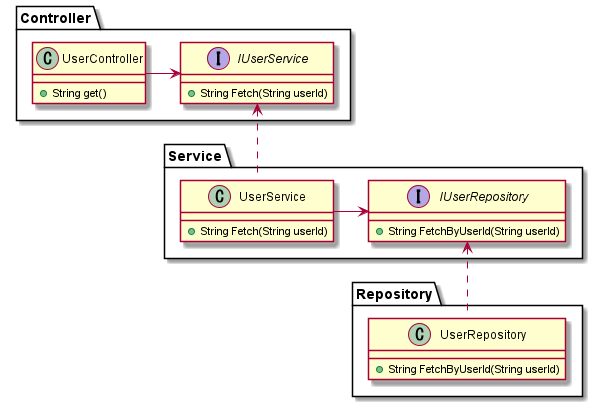
This is out/DIP/DIP/DIP.png from RyoMa99/SOLID, a PlantUML export, as it was before one commit. Its diagram source:
```plantuml
@startuml DIP
package Controller {
  class UserController {
    + String get()
  }

  interface IUserService {
    + String Fetch(String userId)
  }
}

package Repository {
  class UserRepository {
    + String FetchByUserId(String userId)
  }
}

package Service {
  class UserService {
    + String Fetch(String userId)
  }

  interface IUserRepository {
    + String FetchByUserId(String userId)
  }
}

UserController -right-> IUserService
IUserService <.. UserService
UserService -right-> IUserRepository
IUserRepository <.. UserRepository

@enduml
```
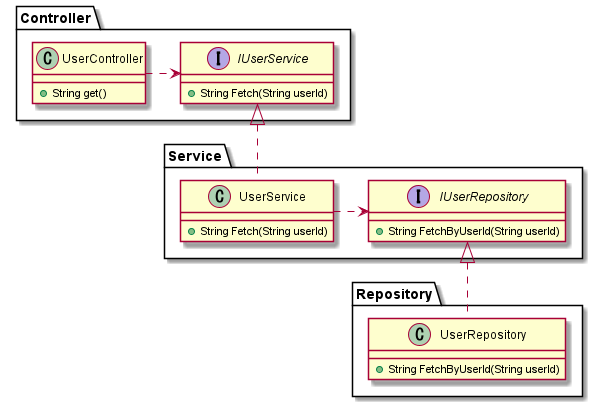
After the change.

The edit, as a diff of the source:
```diff
@@ -25,9 +25,9 @@
   }
 }
 
-UserController -right-> IUserService
-IUserService <.. UserService
-UserService -right-> IUserRepository
-IUserRepository <.. UserRepository
+UserController .right.> IUserService
+IUserService <|.. UserService
+UserService .right.> IUserRepository
+IUserRepository <|.. UserRepository
 
 @enduml
```
